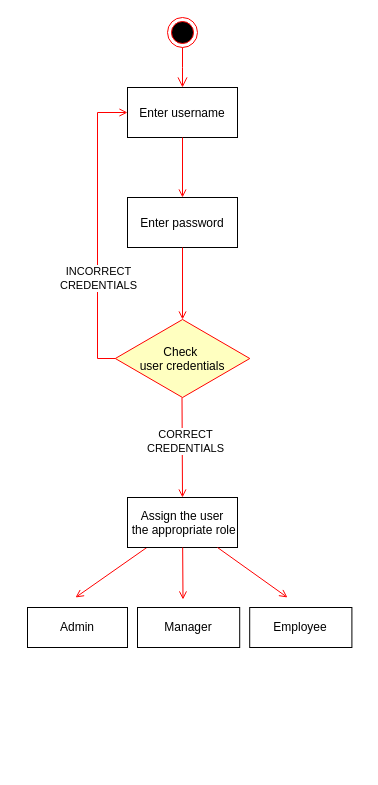
Before: Authentication Diagram.drawio in Arisa-Ndreu/test, a draw.io diagram. Source tidied: cells renumbered, new cells numbered last; positions are measured from the earlier drawing's top-left corner, leaving out a move shared by most shapes. Both pictures are drawn from the tidied source at 100%, with x=0, y=0 at pixel (27, 17).
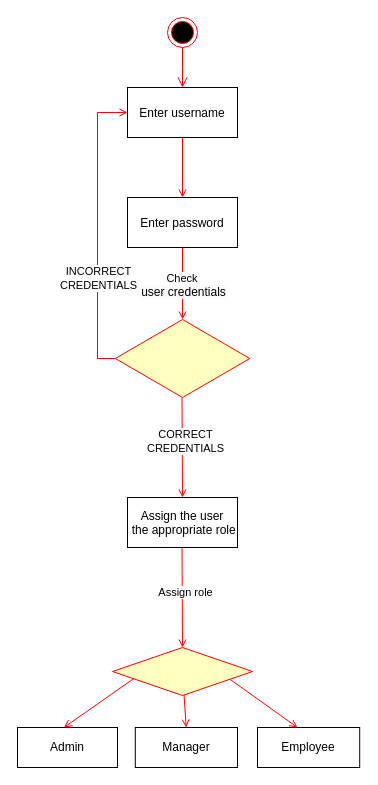
The same diagram, later.

The change refers to these unchanged cells:
```xml
<mxCell id="7" value="Assign the user&#10; the appropriate role" parent="1" vertex="1">
  <mxGeometry x="100" y="480" width="110" height="50" as="geometry" />
</mxCell>
<mxCell id="11" style="endArrow=open;strokeColor=#FF0000;endFill=1;rounded=0;" parent="1" edge="1" source="5" target="12">
  <mxGeometry relative="1" as="geometry" />
</mxCell>
```

Diff of the diagram source:
```diff
@@
-    <mxCell id="2" style="endArrow=open;strokeColor=#FF0000;endFill=1;rounded=0;" parent="1" edge="1" source="7">
+    <mxCell id="2" style="endArrow=open;strokeColor=#FF0000;endFill=1;rounded=0;" parent="1" edge="1">
       <mxGeometry relative="1" as="geometry">
-        <mxPoint x="48" y="580" as="targetPoint" />
+        <mxPoint x="107.8" y="660" as="sourcePoint" />
+        <mxPoint x="36.4" y="710" as="targetPoint" />
       </mxGeometry>
     </mxCell>
@@
+    <mxCell id="22" value="Check&amp;nbsp;&lt;br style=&quot;border-color: var(--border-color); padding: 0px; margin: 0px; font-size: 12px; background-color: rgb(251, 251, 251);&quot;&gt;&lt;span style=&quot;font-size: 12px; background-color: rgb(251, 251, 251);&quot;&gt;user credentials&lt;/span&gt;" style="edgeLabel;html=1;align=center;verticalAlign=middle;" parent="11" vertex="1">
+      <mxGeometry x="0.05" relative="1" as="geometry" />
+    </mxCell>
-    <mxCell id="12" value="Check &#10;user credentials" style="rhombus;fillColor=#ffffc0;strokeColor=#ff0000;" parent="1" vertex="1">
+    <mxCell id="12" style="rhombus;fillColor=#ffffc0;strokeColor=#ff0000;" parent="1" vertex="1">
       <mxGeometry x="87.8" y="302" width="134.5" height="78" as="geometry" />
     </mxCell>
@@
-    <mxCell id="16" style="endArrow=open;strokeColor=#FF0000;endFill=1;rounded=0;" parent="1" edge="1" source="7">
+    <mxCell id="16" style="endArrow=open;strokeColor=#FF0000;endFill=1;rounded=0;" parent="1" edge="1" source="26">
       <mxGeometry relative="1" as="geometry">
-        <mxPoint x="155.5" y="582" as="targetPoint" />
+        <mxPoint x="158.7" y="710" as="targetPoint" />
       </mxGeometry>
     </mxCell>
-    <mxCell id="17" style="endArrow=open;strokeColor=#FF0000;endFill=1;rounded=0;" parent="1" edge="1" source="7">
+    <mxCell id="17" style="endArrow=open;strokeColor=#FF0000;endFill=1;rounded=0;" parent="1" edge="1">
       <mxGeometry relative="1" as="geometry">
-        <mxPoint x="260" y="580" as="targetPoint" />
+        <mxPoint x="200" y="660" as="sourcePoint" />
+        <mxPoint x="270" y="710" as="targetPoint" />
       </mxGeometry>
     </mxCell>
@@
     <mxCell id="19" value="Admin" style="html=1;whiteSpace=wrap;" parent="1" vertex="1">
-      <mxGeometry y="590" width="100" height="40" as="geometry" />
+      <mxGeometry x="-10" y="710" width="100" height="40" as="geometry" />
     </mxCell>
     <mxCell id="20" value="Manager" style="html=1;whiteSpace=wrap;" parent="1" vertex="1">
-      <mxGeometry x="110" y="590" width="102.2" height="40" as="geometry" />
+      <mxGeometry x="107.8" y="710" width="102.2" height="40" as="geometry" />
     </mxCell>
     <mxCell id="21" value="Employee" style="html=1;whiteSpace=wrap;" parent="1" vertex="1">
-      <mxGeometry x="222.2" y="590" width="102.2" height="40" as="geometry" />
+      <mxGeometry x="230" y="710" width="102.2" height="40" as="geometry" />
     </mxCell>
+    <mxCell id="23" style="endArrow=open;strokeColor=#FF0000;endFill=1;rounded=0;entryX=0.5;entryY=0;entryDx=0;entryDy=0;" parent="1" edge="1">
+      <mxGeometry relative="1" as="geometry">
+        <mxPoint x="154.5" y="530" as="sourcePoint" />
+        <mxPoint x="155" y="630" as="targetPoint" />
+      </mxGeometry>
+    </mxCell>
+    <mxCell id="24" value="Assign role" style="edgeLabel;html=1;align=center;verticalAlign=middle;" parent="23" vertex="1">
+      <mxGeometry x="-0.1" y="3" relative="1" as="geometry" />
+    </mxCell>
+    <mxCell id="25" style="endArrow=open;strokeColor=#FF0000;endFill=1;rounded=0;" parent="1" edge="1" target="26">
+      <mxGeometry relative="1" as="geometry">
+        <mxPoint x="158.4" y="658" as="sourcePoint" />
+      </mxGeometry>
+    </mxCell>
+    <mxCell id="26" style="rhombus;fillColor=#ffffc0;strokeColor=#ff0000;" parent="1" vertex="1">
+      <mxGeometry x="85" y="630" width="140" height="48" as="geometry" />
+    </mxCell>
```
